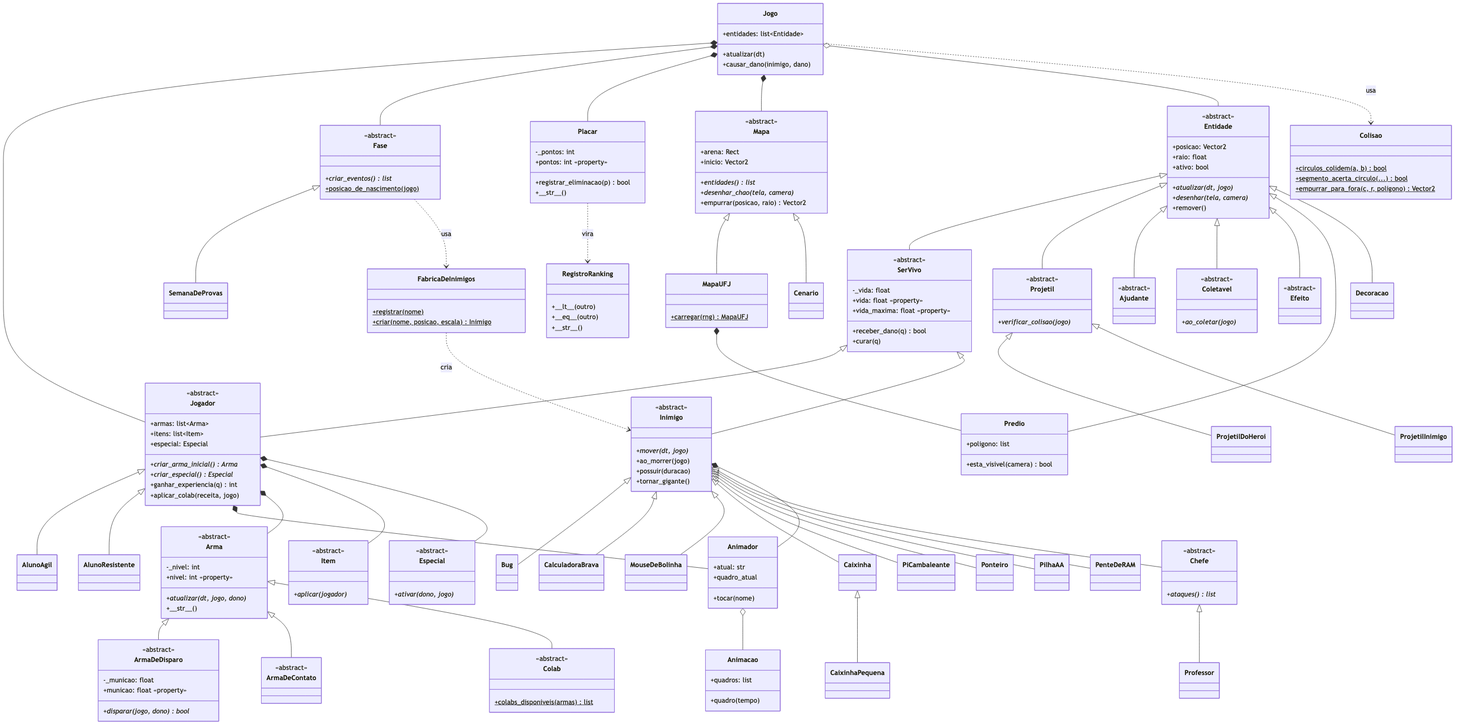
The Mermaid diagram docs/entregas/diagrama_classes.png in thallersubtil/UFJ-Survivors, before a commit. Its source is kept beside it as docs/diagrama_classes.mmd.
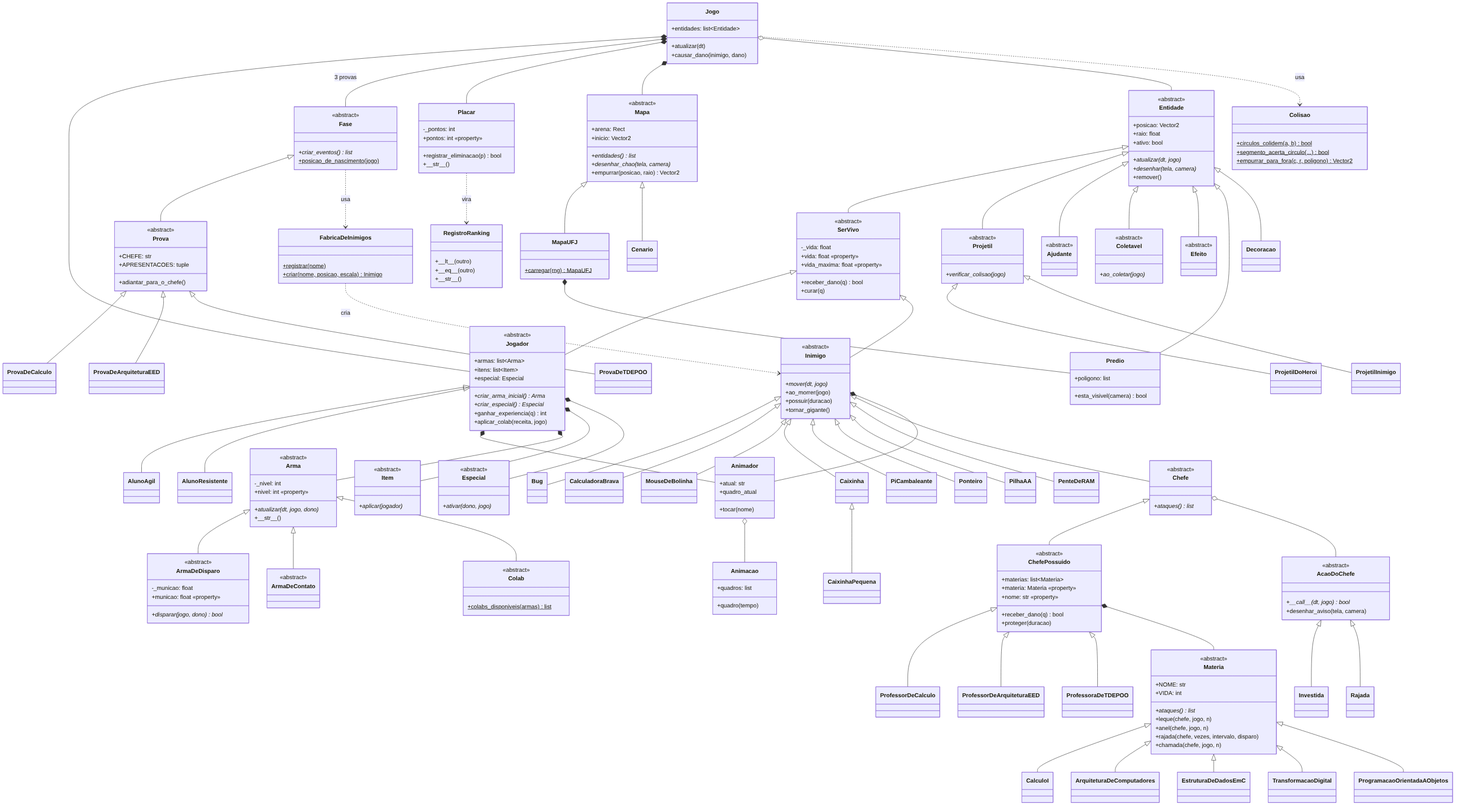
The same file after the commit.

Commit message:
Documentação das provas e dos chefes possuídos

Diff of the diagram source:
```diff
@@ -49,7 +49,39 @@
         <<abstract>>
         +ataques()* list
     }
-    class Professor
+    class ChefePossuido {
+        <<abstract>>
+        +materias: list~Materia~
+        +materia: Materia «property»
+        +nome: str «property»
+        +receber_dano(q) bool
+        +proteger(duracao)
+    }
+    class ProfessorDeCalculo
+    class ProfessorDeArquiteturaEED
+    class ProfessoraDeTDEPOO
+    class Materia {
+        <<abstract>>
+        +NOME: str
+        +VIDA: int
+        +ataques()* list
+        +leque(chefe, jogo, n)
+        +anel(chefe, jogo, n)
+        +rajada(chefe, vezes, intervalo, disparo)
+        +chamada(chefe, jogo, n)
+    }
+    class CalculoI
+    class ArquiteturaDeComputadores
+    class EstruturaDeDadosEmC
+    class TransformacaoDigital
+    class ProgramacaoOrientadaAObjetos
+    class AcaoDoChefe {
+        <<abstract>>
+        +#95;#95;call#95;#95;(dt, jogo)* bool
+        +desenhar_aviso(tela, camera)
+    }
+    class Investida
+    class Rajada
     class Projetil {
         <<abstract>>
         +verificar_colisao(jogo)*
@@ -104,7 +136,15 @@
         +criar_eventos()* list
         +posicao_de_nascimento(jogo)$
     }
-    class SemanaDeProvas
+    class Prova {
+        <<abstract>>
+        +CHEFE: str
+        +APRESENTACOES: tuple
+        +adiantar_para_o_chefe()
+    }
+    class ProvaDeCalculo
+    class ProvaDeArquiteturaEED
+    class ProvaDeTDEPOO
     class Placar {
         -_pontos: int
         +pontos: int «property»
@@ -172,16 +212,31 @@
     Inimigo <|-- PilhaAA
     Inimigo <|-- PenteDeRAM
     Inimigo <|-- Chefe
-    Chefe <|-- Professor
+    Chefe <|-- ChefePossuido
+    ChefePossuido <|-- ProfessorDeCalculo
+    ChefePossuido <|-- ProfessorDeArquiteturaEED
+    ChefePossuido <|-- ProfessoraDeTDEPOO
+    ChefePossuido *-- Materia
+    Materia <|-- CalculoI
+    Materia <|-- ArquiteturaDeComputadores
+    Materia <|-- EstruturaDeDadosEmC
+    Materia <|-- TransformacaoDigital
+    Materia <|-- ProgramacaoOrientadaAObjetos
+    Chefe o-- AcaoDoChefe
+    AcaoDoChefe <|-- Investida
+    AcaoDoChefe <|-- Rajada
     Projetil <|-- ProjetilDoHeroi
     Projetil <|-- ProjetilInimigo
     Arma <|-- ArmaDeDisparo
     Arma <|-- ArmaDeContato
     Arma <|-- Colab
-    Fase <|-- SemanaDeProvas
+    Fase <|-- Prova
+    Prova <|-- ProvaDeCalculo
+    Prova <|-- ProvaDeArquiteturaEED
+    Prova <|-- ProvaDeTDEPOO
 
     Jogo *-- Jogador
-    Jogo *-- Fase
+    Jogo *-- Fase : 3 provas
     Jogo *-- Placar
     Jogo *-- Mapa
     Mapa <|-- MapaUFJ
```
